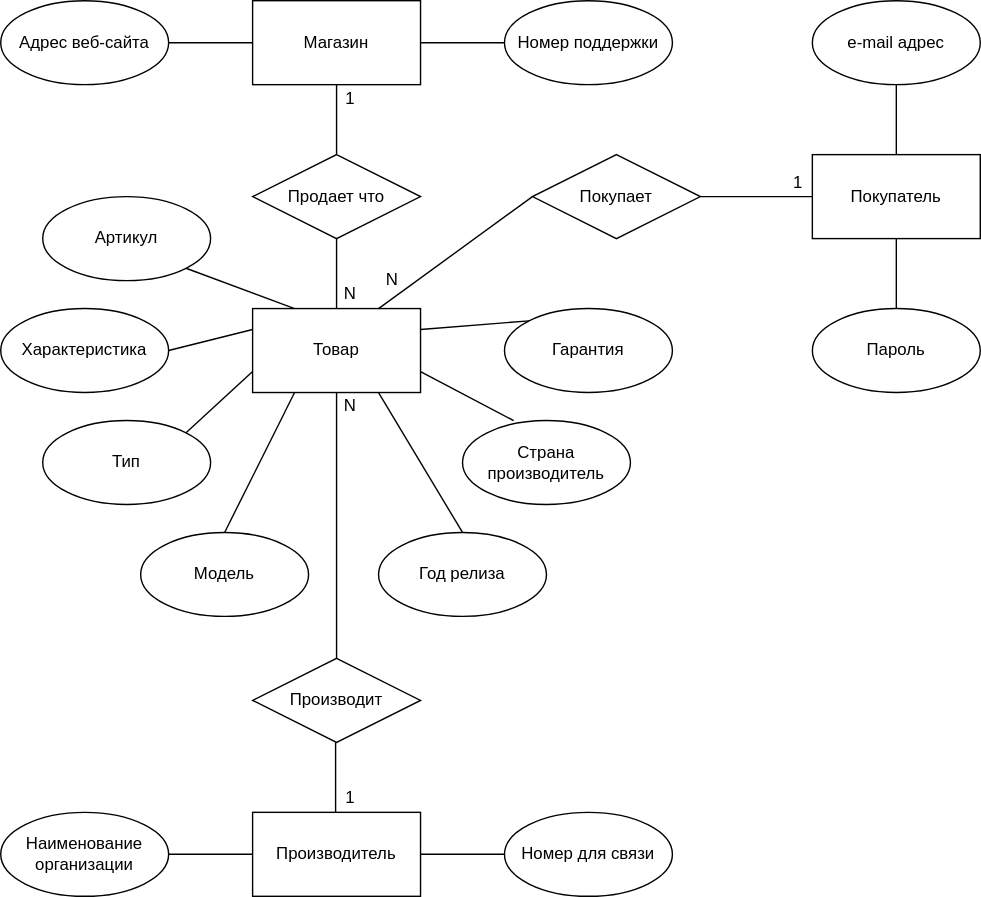
Before: Koncept.svg, a diagram exported from draw.io (paw-wow/DataBase). Source tidied: cells renumbered, new cells last; positions are measured from the earlier drawing's top-left corner, leaving out a move shared by most shapes. The source it was exported from:
```xml
<mxGraphModel>
  <root>
    <mxCell id="0" />
    <mxCell id="1" parent="0" />
    <mxCell id="2" value="Магазин" style="rounded=0;whiteSpace=wrap;html=1;" parent="1" vertex="1">
      <mxGeometry x="180" width="120" height="60" as="geometry" />
    </mxCell>
    <mxCell id="3" value="Покупатель" style="rounded=0;whiteSpace=wrap;html=1;" parent="1" vertex="1">
      <mxGeometry x="580" y="110" width="120" height="60" as="geometry" />
    </mxCell>
    <mxCell id="4" value="Товар" style="rounded=0;whiteSpace=wrap;html=1;" parent="1" vertex="1">
      <mxGeometry x="180" y="220" width="120" height="60" as="geometry" />
    </mxCell>
    <mxCell id="5" value="Производитель" style="rounded=0;whiteSpace=wrap;html=1;" parent="1" vertex="1">
      <mxGeometry x="180" y="580" width="120" height="60" as="geometry" />
    </mxCell>
    <mxCell id="6" value="Адрес веб-сайта" style="ellipse;whiteSpace=wrap;html=1;" parent="1" vertex="1">
      <mxGeometry width="120" height="60" as="geometry" />
    </mxCell>
    <mxCell id="7" value="Номер поддержки" style="ellipse;whiteSpace=wrap;html=1;" parent="1" vertex="1">
      <mxGeometry x="360" width="120" height="60" as="geometry" />
    </mxCell>
    <mxCell id="8" style="endArrow=none;html=1;exitX=1;exitY=0.5;exitDx=0;exitDy=0;entryX=0;entryY=0.5;entryDx=0;entryDy=0;" parent="1" edge="1" source="6" target="2">
      <mxGeometry relative="1" as="geometry" />
    </mxCell>
    <mxCell id="9" style="endArrow=none;html=1;exitX=1;exitY=0.5;exitDx=0;exitDy=0;entryX=0;entryY=0.5;entryDx=0;entryDy=0;" parent="1" edge="1" source="2" target="7">
      <mxGeometry relative="1" as="geometry" />
    </mxCell>
    <mxCell id="10" value="Продает что" style="rhombus;whiteSpace=wrap;html=1;" parent="1" vertex="1">
      <mxGeometry x="180" y="110" width="120" height="60" as="geometry" />
    </mxCell>
    <mxCell id="11" style="endArrow=none;html=1;exitX=0.5;exitY=1;exitDx=0;exitDy=0;entryX=0.5;entryY=0;entryDx=0;entryDy=0;" parent="1" edge="1" source="2" target="10">
      <mxGeometry relative="1" as="geometry" />
    </mxCell>
    <mxCell id="12" style="endArrow=none;html=1;exitX=0.5;exitY=1;exitDx=0;exitDy=0;entryX=0.5;entryY=0;entryDx=0;entryDy=0;" parent="1" edge="1" source="10" target="4">
      <mxGeometry relative="1" as="geometry" />
    </mxCell>
    <mxCell id="13" value="N" style="text;html=1;strokeColor=none;fillColor=none;align=center;verticalAlign=middle;whiteSpace=wrap;rounded=0;" parent="1" vertex="1">
      <mxGeometry x="240" y="200" width="20" height="20" as="geometry" />
    </mxCell>
    <mxCell id="14" value="1" style="text;html=1;strokeColor=none;fillColor=none;align=center;verticalAlign=middle;whiteSpace=wrap;rounded=0;" parent="1" vertex="1">
      <mxGeometry x="240" y="60" width="20" height="20" as="geometry" />
    </mxCell>
    <mxCell id="15" value="Тип" style="ellipse;whiteSpace=wrap;html=1;" parent="1" vertex="1">
      <mxGeometry x="30" y="300" width="120" height="60" as="geometry" />
    </mxCell>
    <mxCell id="16" value="Гарантия" style="ellipse;whiteSpace=wrap;html=1;" parent="1" vertex="1">
      <mxGeometry x="360" y="220" width="120" height="60" as="geometry" />
    </mxCell>
    <mxCell id="17" value="Характеристика" style="ellipse;whiteSpace=wrap;html=1;" parent="1" vertex="1">
      <mxGeometry y="220" width="120" height="60" as="geometry" />
    </mxCell>
    <mxCell id="18" value="Модель" style="ellipse;whiteSpace=wrap;html=1;" parent="1" vertex="1">
      <mxGeometry x="100" y="380" width="120" height="60" as="geometry" />
    </mxCell>
    <mxCell id="19" value="Год релиза" style="ellipse;whiteSpace=wrap;html=1;" parent="1" vertex="1">
      <mxGeometry x="270" y="380" width="120" height="60" as="geometry" />
    </mxCell>
    <mxCell id="20" value="Страна производитель" style="ellipse;whiteSpace=wrap;html=1;" parent="1" vertex="1">
      <mxGeometry x="330" y="300" width="120" height="60" as="geometry" />
    </mxCell>
    <mxCell id="21" value="Артикул" style="ellipse;whiteSpace=wrap;html=1;" parent="1" vertex="1">
      <mxGeometry x="30" y="140" width="120" height="60" as="geometry" />
    </mxCell>
    <mxCell id="22" style="endArrow=none;html=1;entryX=0.25;entryY=1;entryDx=0;entryDy=0;exitX=0.5;exitY=0;exitDx=0;exitDy=0;" parent="1" edge="1" source="18" target="4">
      <mxGeometry relative="1" as="geometry" />
    </mxCell>
    <mxCell id="23" style="endArrow=none;html=1;entryX=0;entryY=0.75;entryDx=0;entryDy=0;exitX=1;exitY=0;exitDx=0;exitDy=0;" parent="1" edge="1" source="15" target="4">
      <mxGeometry relative="1" as="geometry" />
    </mxCell>
    <mxCell id="24" style="endArrow=none;html=1;entryX=0.75;entryY=1;entryDx=0;entryDy=0;exitX=0.5;exitY=0;exitDx=0;exitDy=0;" parent="1" edge="1" source="19" target="4">
      <mxGeometry relative="1" as="geometry" />
    </mxCell>
    <mxCell id="25" style="endArrow=none;html=1;entryX=0;entryY=0.25;entryDx=0;entryDy=0;exitX=1;exitY=0.5;exitDx=0;exitDy=0;" parent="1" edge="1" source="17" target="4">
      <mxGeometry relative="1" as="geometry" />
    </mxCell>
    <mxCell id="26" style="endArrow=none;html=1;entryX=1;entryY=1;entryDx=0;entryDy=0;exitX=0.25;exitY=0;exitDx=0;exitDy=0;" parent="1" edge="1" source="4" target="21">
      <mxGeometry relative="1" as="geometry" />
    </mxCell>
    <mxCell id="27" style="endArrow=none;html=1;exitX=0;exitY=0;exitDx=0;exitDy=0;entryX=1;entryY=0.25;entryDx=0;entryDy=0;" parent="1" edge="1" source="16" target="4">
      <mxGeometry relative="1" as="geometry" />
    </mxCell>
    <mxCell id="28" style="endArrow=none;html=1;exitX=0.305;exitY=0.002;exitDx=0;exitDy=0;entryX=1;entryY=0.75;entryDx=0;entryDy=0;exitPerimeter=0;" parent="1" edge="1" source="20" target="4">
      <mxGeometry relative="1" as="geometry" />
    </mxCell>
    <mxCell id="29" style="endArrow=none;html=1;exitX=0.5;exitY=1;exitDx=0;exitDy=0;entryX=0.5;entryY=0;entryDx=0;entryDy=0;" parent="1" edge="1" source="4" target="30">
      <mxGeometry relative="1" as="geometry" />
    </mxCell>
    <mxCell id="30" value="Производит" style="rhombus;whiteSpace=wrap;html=1;" parent="1" vertex="1">
      <mxGeometry x="180" y="470" width="120" height="60" as="geometry" />
    </mxCell>
    <mxCell id="31" style="endArrow=none;html=1;exitX=0.5;exitY=1;exitDx=0;exitDy=0;entryX=0.5;entryY=0;entryDx=0;entryDy=0;" parent="1" edge="1">
      <mxGeometry relative="1" as="geometry">
        <mxPoint x="239.3" y="530" as="sourcePoint" />
        <mxPoint x="239.3" y="580" as="targetPoint" />
      </mxGeometry>
    </mxCell>
    <mxCell id="32" value="Наименование организации" style="ellipse;whiteSpace=wrap;html=1;" parent="1" vertex="1">
      <mxGeometry y="580" width="120" height="60" as="geometry" />
    </mxCell>
    <mxCell id="33" value="Номер для связи" style="ellipse;whiteSpace=wrap;html=1;" parent="1" vertex="1">
      <mxGeometry x="360" y="580" width="120" height="60" as="geometry" />
    </mxCell>
    <mxCell id="34" style="endArrow=none;html=1;exitX=1;exitY=0.5;exitDx=0;exitDy=0;entryX=0;entryY=0.5;entryDx=0;entryDy=0;" parent="1" edge="1" source="32" target="5">
      <mxGeometry relative="1" as="geometry" />
    </mxCell>
    <mxCell id="35" style="endArrow=none;html=1;exitX=1;exitY=0.5;exitDx=0;exitDy=0;entryX=0;entryY=0.5;entryDx=0;entryDy=0;" parent="1" edge="1" source="5" target="33">
      <mxGeometry relative="1" as="geometry" />
    </mxCell>
    <mxCell id="36" value="N" style="text;html=1;strokeColor=none;fillColor=none;align=center;verticalAlign=middle;whiteSpace=wrap;rounded=0;" parent="1" vertex="1">
      <mxGeometry x="240" y="280" width="20" height="20" as="geometry" />
    </mxCell>
    <mxCell id="37" value="1" style="text;html=1;strokeColor=none;fillColor=none;align=center;verticalAlign=middle;whiteSpace=wrap;rounded=0;" parent="1" vertex="1">
      <mxGeometry x="240" y="560" width="20" height="20" as="geometry" />
    </mxCell>
    <mxCell id="38" style="endArrow=none;html=1;exitX=0.75;exitY=0;exitDx=0;exitDy=0;entryX=0;entryY=0.5;entryDx=0;entryDy=0;" parent="1" edge="1" source="4" target="39">
      <mxGeometry relative="1" as="geometry" />
    </mxCell>
    <mxCell id="39" value="Покупает" style="rhombus;whiteSpace=wrap;html=1;" parent="1" vertex="1">
      <mxGeometry x="380" y="110" width="120" height="60" as="geometry" />
    </mxCell>
    <mxCell id="40" style="endArrow=none;html=1;exitX=1;exitY=0.5;exitDx=0;exitDy=0;" parent="1" edge="1" source="39">
      <mxGeometry relative="1" as="geometry">
        <mxPoint x="580" y="140" as="targetPoint" />
      </mxGeometry>
    </mxCell>
    <mxCell id="41" value="N" style="text;html=1;strokeColor=none;fillColor=none;align=center;verticalAlign=middle;whiteSpace=wrap;rounded=0;" parent="1" vertex="1">
      <mxGeometry x="270" y="190" width="20" height="20" as="geometry" />
    </mxCell>
    <mxCell id="42" value="1" style="text;html=1;strokeColor=none;fillColor=none;align=center;verticalAlign=middle;whiteSpace=wrap;rounded=0;" parent="1" vertex="1">
      <mxGeometry x="560" y="120" width="20" height="20" as="geometry" />
    </mxCell>
    <mxCell id="43" value="Пароль" style="ellipse;whiteSpace=wrap;html=1;" parent="1" vertex="1">
      <mxGeometry x="580" y="220" width="120" height="60" as="geometry" />
    </mxCell>
    <mxCell id="44" value="e-mail адрес" style="ellipse;whiteSpace=wrap;html=1;" parent="1" vertex="1">
      <mxGeometry x="580" width="120" height="60" as="geometry" />
    </mxCell>
    <mxCell id="45" style="endArrow=none;html=1;exitX=0.5;exitY=1;exitDx=0;exitDy=0;entryX=0.5;entryY=0;entryDx=0;entryDy=0;" parent="1" edge="1" source="44" target="3">
      <mxGeometry relative="1" as="geometry" />
    </mxCell>
    <mxCell id="46" style="endArrow=none;html=1;exitX=0.5;exitY=1;exitDx=0;exitDy=0;entryX=0.5;entryY=0;entryDx=0;entryDy=0;" parent="1" edge="1" source="3" target="43">
      <mxGeometry relative="1" as="geometry" />
    </mxCell>
  </root>
</mxGraphModel>
```
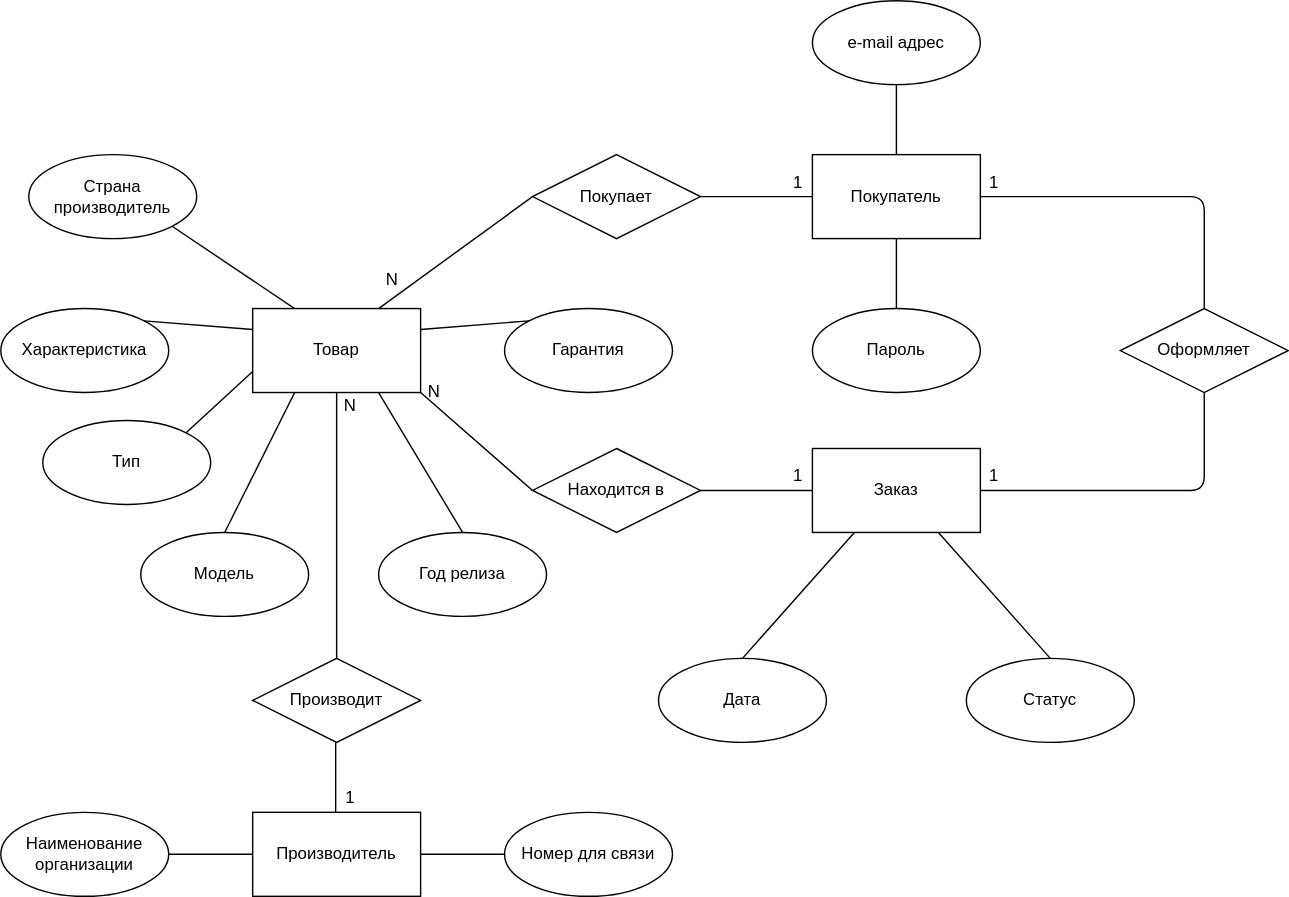
Above is the later version.

Change to the diagram source:
```diff
@@ -2,9 +2,6 @@
   <root>
     <mxCell id="0" />
     <mxCell id="1" parent="0" />
-    <mxCell id="2" value="Магазин" style="rounded=0;whiteSpace=wrap;html=1;" parent="1" vertex="1">
-      <mxGeometry x="180" width="120" height="60" as="geometry" />
-    </mxCell>
     <mxCell id="3" value="Покупатель" style="rounded=0;whiteSpace=wrap;html=1;" parent="1" vertex="1">
       <mxGeometry x="580" y="110" width="120" height="60" as="geometry" />
     </mxCell>
@@ -14,33 +11,12 @@
     <mxCell id="5" value="Производитель" style="rounded=0;whiteSpace=wrap;html=1;" parent="1" vertex="1">
       <mxGeometry x="180" y="580" width="120" height="60" as="geometry" />
     </mxCell>
-    <mxCell id="6" value="Адрес веб-сайта" style="ellipse;whiteSpace=wrap;html=1;" parent="1" vertex="1">
-      <mxGeometry width="120" height="60" as="geometry" />
-    </mxCell>
-    <mxCell id="7" value="Номер поддержки" style="ellipse;whiteSpace=wrap;html=1;" parent="1" vertex="1">
-      <mxGeometry x="360" width="120" height="60" as="geometry" />
-    </mxCell>
-    <mxCell id="8" style="endArrow=none;html=1;exitX=1;exitY=0.5;exitDx=0;exitDy=0;entryX=0;entryY=0.5;entryDx=0;entryDy=0;" parent="1" edge="1" source="6" target="2">
-      <mxGeometry relative="1" as="geometry" />
-    </mxCell>
-    <mxCell id="9" style="endArrow=none;html=1;exitX=1;exitY=0.5;exitDx=0;exitDy=0;entryX=0;entryY=0.5;entryDx=0;entryDy=0;" parent="1" edge="1" source="2" target="7">
-      <mxGeometry relative="1" as="geometry" />
-    </mxCell>
-    <mxCell id="10" value="Продает что" style="rhombus;whiteSpace=wrap;html=1;" parent="1" vertex="1">
-      <mxGeometry x="180" y="110" width="120" height="60" as="geometry" />
-    </mxCell>
-    <mxCell id="11" style="endArrow=none;html=1;exitX=0.5;exitY=1;exitDx=0;exitDy=0;entryX=0.5;entryY=0;entryDx=0;entryDy=0;" parent="1" edge="1" source="2" target="10">
-      <mxGeometry relative="1" as="geometry" />
-    </mxCell>
-    <mxCell id="12" style="endArrow=none;html=1;exitX=0.5;exitY=1;exitDx=0;exitDy=0;entryX=0.5;entryY=0;entryDx=0;entryDy=0;" parent="1" edge="1" source="10" target="4">
+    <mxCell id="12" style="endArrow=none;html=1;exitX=0;exitY=0.5;exitDx=0;exitDy=0;entryX=1;entryY=0.5;entryDx=0;entryDy=0;" parent="1" edge="1" source="47" target="48">
       <mxGeometry relative="1" as="geometry" />
     </mxCell>
     <mxCell id="13" value="N" style="text;html=1;strokeColor=none;fillColor=none;align=center;verticalAlign=middle;whiteSpace=wrap;rounded=0;" parent="1" vertex="1">
-      <mxGeometry x="240" y="200" width="20" height="20" as="geometry" />
+      <mxGeometry x="300" y="270" width="20" height="20" as="geometry" />
     </mxCell>
-    <mxCell id="14" value="1" style="text;html=1;strokeColor=none;fillColor=none;align=center;verticalAlign=middle;whiteSpace=wrap;rounded=0;" parent="1" vertex="1">
-      <mxGeometry x="240" y="60" width="20" height="20" as="geometry" />
-    </mxCell>
     <mxCell id="15" value="Тип" style="ellipse;whiteSpace=wrap;html=1;" parent="1" vertex="1">
       <mxGeometry x="30" y="300" width="120" height="60" as="geometry" />
     </mxCell>
@@ -57,11 +33,8 @@
       <mxGeometry x="270" y="380" width="120" height="60" as="geometry" />
     </mxCell>
     <mxCell id="20" value="Страна производитель" style="ellipse;whiteSpace=wrap;html=1;" parent="1" vertex="1">
-      <mxGeometry x="330" y="300" width="120" height="60" as="geometry" />
+      <mxGeometry x="20" y="110" width="120" height="60" as="geometry" />
     </mxCell>
-    <mxCell id="21" value="Артикул" style="ellipse;whiteSpace=wrap;html=1;" parent="1" vertex="1">
-      <mxGeometry x="30" y="140" width="120" height="60" as="geometry" />
-    </mxCell>
     <mxCell id="22" style="endArrow=none;html=1;entryX=0.25;entryY=1;entryDx=0;entryDy=0;exitX=0.5;exitY=0;exitDx=0;exitDy=0;" parent="1" edge="1" source="18" target="4">
       <mxGeometry relative="1" as="geometry" />
     </mxCell>
@@ -71,16 +44,13 @@
     <mxCell id="24" style="endArrow=none;html=1;entryX=0.75;entryY=1;entryDx=0;entryDy=0;exitX=0.5;exitY=0;exitDx=0;exitDy=0;" parent="1" edge="1" source="19" target="4">
       <mxGeometry relative="1" as="geometry" />
     </mxCell>
-    <mxCell id="25" style="endArrow=none;html=1;entryX=0;entryY=0.25;entryDx=0;entryDy=0;exitX=1;exitY=0.5;exitDx=0;exitDy=0;" parent="1" edge="1" source="17" target="4">
+    <mxCell id="25" style="endArrow=none;html=1;entryX=0;entryY=0.25;entryDx=0;entryDy=0;exitX=1;exitY=0;exitDx=0;exitDy=0;" parent="1" edge="1" source="17" target="4">
       <mxGeometry relative="1" as="geometry" />
     </mxCell>
-    <mxCell id="26" style="endArrow=none;html=1;entryX=1;entryY=1;entryDx=0;entryDy=0;exitX=0.25;exitY=0;exitDx=0;exitDy=0;" parent="1" edge="1" source="4" target="21">
-      <mxGeometry relative="1" as="geometry" />
-    </mxCell>
     <mxCell id="27" style="endArrow=none;html=1;exitX=0;exitY=0;exitDx=0;exitDy=0;entryX=1;entryY=0.25;entryDx=0;entryDy=0;" parent="1" edge="1" source="16" target="4">
       <mxGeometry relative="1" as="geometry" />
     </mxCell>
-    <mxCell id="28" style="endArrow=none;html=1;exitX=0.305;exitY=0.002;exitDx=0;exitDy=0;entryX=1;entryY=0.75;entryDx=0;entryDy=0;exitPerimeter=0;" parent="1" edge="1" source="20" target="4">
+    <mxCell id="28" style="endArrow=none;html=1;entryX=0.25;entryY=0;entryDx=0;entryDy=0;exitX=1;exitY=1;exitDx=0;exitDy=0;" parent="1" edge="1" source="20" target="4">
       <mxGeometry relative="1" as="geometry" />
     </mxCell>
     <mxCell id="29" style="endArrow=none;html=1;exitX=0.5;exitY=1;exitDx=0;exitDy=0;entryX=0.5;entryY=0;entryDx=0;entryDy=0;" parent="1" edge="1" source="4" target="30">
@@ -142,5 +112,44 @@
     <mxCell id="46" style="endArrow=none;html=1;exitX=0.5;exitY=1;exitDx=0;exitDy=0;entryX=0.5;entryY=0;entryDx=0;entryDy=0;" parent="1" edge="1" source="3" target="43">
       <mxGeometry relative="1" as="geometry" />
     </mxCell>
+    <mxCell id="47" value="Заказ" style="rounded=0;whiteSpace=wrap;html=1;" parent="1" vertex="1">
+      <mxGeometry x="580" y="320" width="120" height="60" as="geometry" />
+    </mxCell>
+    <mxCell id="48" value="Находится в" style="rhombus;whiteSpace=wrap;html=1;" parent="1" vertex="1">
+      <mxGeometry x="380" y="320" width="120" height="60" as="geometry" />
+    </mxCell>
+    <mxCell id="49" style="endArrow=none;html=1;exitX=0;exitY=0.5;exitDx=0;exitDy=0;entryX=1;entryY=1;entryDx=0;entryDy=0;" parent="1" edge="1" source="48" target="4">
+      <mxGeometry relative="1" as="geometry" />
+    </mxCell>
+    <mxCell id="50" value="1" style="text;html=1;strokeColor=none;fillColor=none;align=center;verticalAlign=middle;whiteSpace=wrap;rounded=0;" parent="1" vertex="1">
+      <mxGeometry x="560" y="330" width="20" height="20" as="geometry" />
+    </mxCell>
+    <mxCell id="51" value="Статус" style="ellipse;whiteSpace=wrap;html=1;" parent="1" vertex="1">
+      <mxGeometry x="690" y="470" width="120" height="60" as="geometry" />
+    </mxCell>
+    <mxCell id="52" value="Дата" style="ellipse;whiteSpace=wrap;html=1;" parent="1" vertex="1">
+      <mxGeometry x="470" y="470" width="120" height="60" as="geometry" />
+    </mxCell>
+    <mxCell id="53" style="endArrow=none;html=1;entryX=0.25;entryY=1;entryDx=0;entryDy=0;exitX=0.5;exitY=0;exitDx=0;exitDy=0;" parent="1" edge="1" source="52" target="47">
+      <mxGeometry relative="1" as="geometry" />
+    </mxCell>
+    <mxCell id="54" style="endArrow=none;html=1;entryX=0.5;entryY=0;entryDx=0;entryDy=0;exitX=0.75;exitY=1;exitDx=0;exitDy=0;" parent="1" edge="1" source="47" target="51">
+      <mxGeometry relative="1" as="geometry" />
+    </mxCell>
+    <mxCell id="55" value="Оформляет" style="rhombus;whiteSpace=wrap;html=1;" parent="1" vertex="1">
+      <mxGeometry x="800" y="220" width="120" height="60" as="geometry" />
+    </mxCell>
+    <mxCell id="56" style="endArrow=none;html=1;entryX=0.5;entryY=1;entryDx=0;entryDy=0;exitX=1;exitY=0.5;exitDx=0;exitDy=0;edgeStyle=orthogonalEdgeStyle;" parent="1" edge="1" source="47" target="55">
+      <mxGeometry relative="1" as="geometry" />
+    </mxCell>
+    <mxCell id="57" style="endArrow=none;html=1;entryX=1;entryY=0.5;entryDx=0;entryDy=0;exitX=0.5;exitY=0;exitDx=0;exitDy=0;edgeStyle=orthogonalEdgeStyle;" parent="1" edge="1" source="55" target="3">
+      <mxGeometry relative="1" as="geometry" />
+    </mxCell>
+    <mxCell id="58" value="1" style="text;html=1;strokeColor=none;fillColor=none;align=center;verticalAlign=middle;whiteSpace=wrap;rounded=0;" parent="1" vertex="1">
+      <mxGeometry x="700" y="120" width="20" height="20" as="geometry" />
+    </mxCell>
+    <mxCell id="59" value="1" style="text;html=1;strokeColor=none;fillColor=none;align=center;verticalAlign=middle;whiteSpace=wrap;rounded=0;" parent="1" vertex="1">
+      <mxGeometry x="700" y="330" width="20" height="20" as="geometry" />
+    </mxCell>
   </root>
 </mxGraphModel>
```
